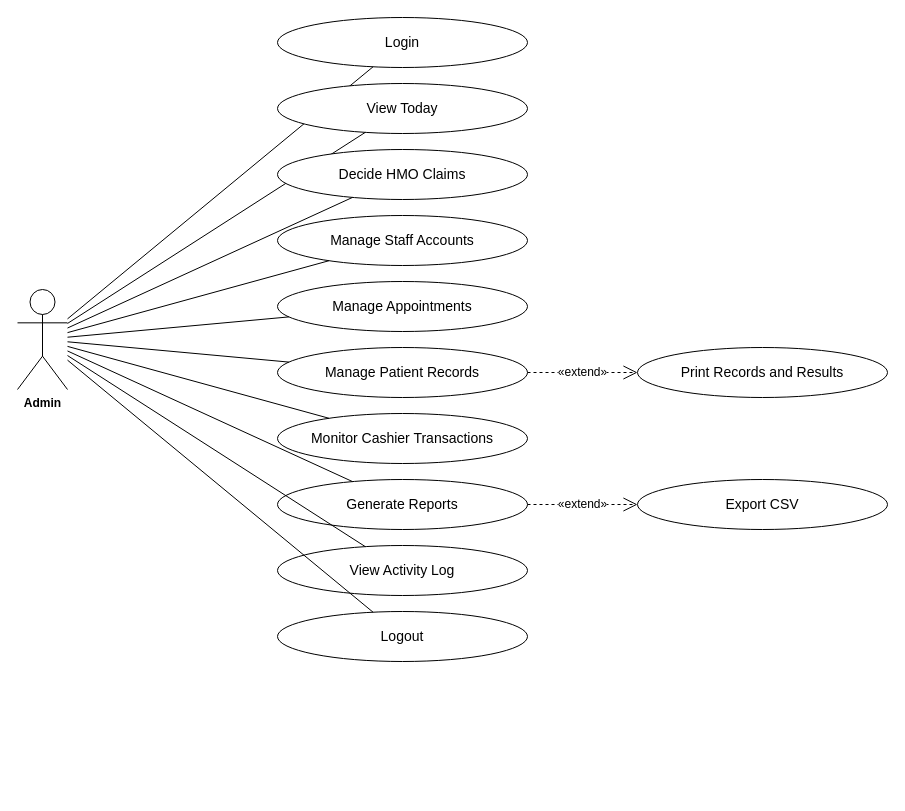
Above: page "Admin" (2 of 8) of docs/diagrams/usecases.drawio in Diazzzz-cpu/Enlogada-Clinic-Management-System (draw.io), before the change. Source tidied: cells renumbered, new cells numbered last; positions are measured from the earlier drawing's top-left corner, leaving out a move shared by most shapes. Both pictures are drawn from the tidied source at 100%, with x=0, y=0 at pixel (17, 17).
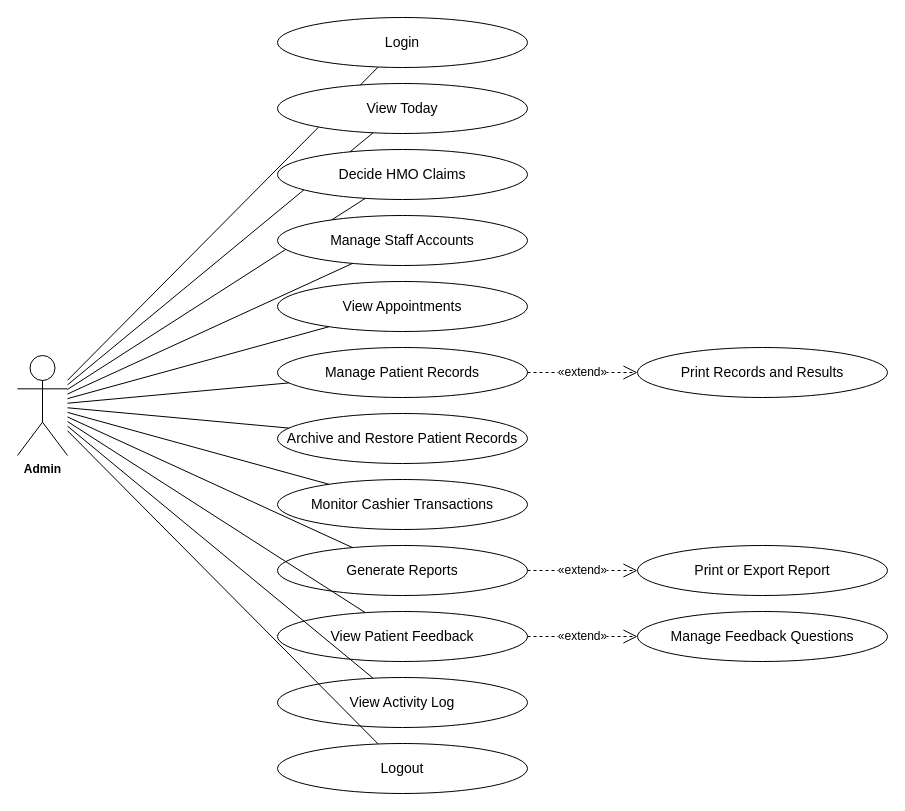
The same page after the edit.

Unchanged cells that the change refers to:
```xml
<mxCell id="13" value="Manage Patient Records" style="ellipse;whiteSpace=wrap;html=1;fontFamily=Helvetica;fontSize=14;fontColor=#000000;strokeColor=#000000;" parent="1" vertex="1">
  <mxGeometry x="260" y="330" width="250" height="50" as="geometry" />
</mxCell>
```

The edit, as a diff of the source:
```diff
@@
     <mxCell id="2" value="Admin" style="shape=umlActor;verticalLabelPosition=bottom;verticalAlign=top;html=1;outlineConnect=0;fontFamily=Helvetica;fontSize=12;fontStyle=1;" parent="1" vertex="1">
-      <mxGeometry y="272" width="50" height="100" as="geometry" />
+      <mxGeometry y="338" width="50" height="100" as="geometry" />
     </mxCell>
@@
-    <mxCell id="11" value="Manage Appointments" style="ellipse;whiteSpace=wrap;html=1;fontFamily=Helvetica;fontSize=14;fontColor=#000000;strokeColor=#000000;" parent="1" vertex="1">
+    <mxCell id="11" value="View Appointments" style="ellipse;whiteSpace=wrap;html=1;fontFamily=Helvetica;fontSize=14;fontColor=#000000;strokeColor=#000000;" parent="1" vertex="1">
       <mxGeometry x="260" y="264" width="250" height="50" as="geometry" />
     </mxCell>
@@
-    <mxCell id="15" value="Monitor Cashier Transactions" style="ellipse;whiteSpace=wrap;html=1;fontFamily=Helvetica;fontSize=14;fontColor=#000000;strokeColor=#000000;" parent="1" vertex="1">
+    <mxCell id="15" value="Archive and Restore Patient Records" style="ellipse;whiteSpace=wrap;html=1;fontFamily=Helvetica;fontSize=14;fontColor=#000000;strokeColor=#000000;" parent="1" vertex="1">
       <mxGeometry x="260" y="396" width="250" height="50" as="geometry" />
     </mxCell>
@@
-    <mxCell id="17" value="Generate Reports" style="ellipse;whiteSpace=wrap;html=1;fontFamily=Helvetica;fontSize=14;fontColor=#000000;strokeColor=#000000;" parent="1" vertex="1">
+    <mxCell id="17" value="Monitor Cashier Transactions" style="ellipse;whiteSpace=wrap;html=1;fontFamily=Helvetica;fontSize=14;fontColor=#000000;strokeColor=#000000;" parent="1" vertex="1">
       <mxGeometry x="260" y="462" width="250" height="50" as="geometry" />
     </mxCell>
@@
-    <mxCell id="19" value="View Activity Log" style="ellipse;whiteSpace=wrap;html=1;fontFamily=Helvetica;fontSize=14;fontColor=#000000;strokeColor=#000000;" parent="1" vertex="1">
+    <mxCell id="19" value="Generate Reports" style="ellipse;whiteSpace=wrap;html=1;fontFamily=Helvetica;fontSize=14;fontColor=#000000;strokeColor=#000000;" parent="1" vertex="1">
       <mxGeometry x="260" y="528" width="250" height="50" as="geometry" />
     </mxCell>
@@
-    <mxCell id="21" value="Logout" style="ellipse;whiteSpace=wrap;html=1;fontFamily=Helvetica;fontSize=14;fontColor=#000000;strokeColor=#000000;" parent="1" vertex="1">
+    <mxCell id="21" value="View Patient Feedback" style="ellipse;whiteSpace=wrap;html=1;fontFamily=Helvetica;fontSize=14;fontColor=#000000;strokeColor=#000000;" parent="1" vertex="1">
       <mxGeometry x="260" y="594" width="250" height="50" as="geometry" />
     </mxCell>
@@
-    <mxCell id="23" value="Print Records and Results" style="ellipse;whiteSpace=wrap;html=1;fontFamily=Helvetica;fontSize=14;fontColor=#000000;strokeColor=#000000;" parent="1" vertex="1">
-      <mxGeometry x="620" y="330" width="250" height="50" as="geometry" />
+    <mxCell id="23" value="View Activity Log" style="ellipse;whiteSpace=wrap;html=1;fontFamily=Helvetica;fontSize=14;fontColor=#000000;strokeColor=#000000;" parent="1" vertex="1">
+      <mxGeometry x="260" y="660" width="250" height="50" as="geometry" />
     </mxCell>
-    <mxCell id="24" value="«extend»" style="endArrow=open;endSize=12;dashed=1;html=1;fontFamily=Helvetica;fontSize=12;fontColor=#000000;strokeColor=#000000;" parent="1" edge="1" source="13" target="23">
+    <mxCell id="24" style="edgeStyle=none;rounded=0;html=1;endArrow=none;fontFamily=Helvetica;fontSize=12;fontColor=#000000;strokeColor=#000000;" parent="1" edge="1" source="2" target="23">
       <mxGeometry relative="1" as="geometry" />
     </mxCell>
-    <mxCell id="25" value="Export CSV" style="ellipse;whiteSpace=wrap;html=1;fontFamily=Helvetica;fontSize=14;fontColor=#000000;strokeColor=#000000;" parent="1" vertex="1">
-      <mxGeometry x="620" y="462" width="250" height="50" as="geometry" />
+    <mxCell id="25" value="Logout" style="ellipse;whiteSpace=wrap;html=1;fontFamily=Helvetica;fontSize=14;fontColor=#000000;strokeColor=#000000;" parent="1" vertex="1">
+      <mxGeometry x="260" y="726" width="250" height="50" as="geometry" />
     </mxCell>
-    <mxCell id="26" value="«extend»" style="endArrow=open;endSize=12;dashed=1;html=1;fontFamily=Helvetica;fontSize=12;fontColor=#000000;strokeColor=#000000;" parent="1" edge="1" source="17" target="25">
+    <mxCell id="26" style="edgeStyle=none;rounded=0;html=1;endArrow=none;fontFamily=Helvetica;fontSize=12;fontColor=#000000;strokeColor=#000000;" parent="1" edge="1" source="2" target="25">
       <mxGeometry relative="1" as="geometry" />
     </mxCell>
+    <mxCell id="27" value="Print Records and Results" style="ellipse;whiteSpace=wrap;html=1;fontFamily=Helvetica;fontSize=14;fontColor=#000000;strokeColor=#000000;" parent="1" vertex="1">
+      <mxGeometry x="620" y="330" width="250" height="50" as="geometry" />
+    </mxCell>
+    <mxCell id="28" value="«extend»" style="endArrow=open;endSize=12;dashed=1;html=1;fontFamily=Helvetica;fontSize=12;fontColor=#000000;strokeColor=#000000;" parent="1" edge="1" source="13" target="27">
+      <mxGeometry relative="1" as="geometry" />
+    </mxCell>
+    <mxCell id="29" value="Print or Export Report" style="ellipse;whiteSpace=wrap;html=1;fontFamily=Helvetica;fontSize=14;fontColor=#000000;strokeColor=#000000;" parent="1" vertex="1">
+      <mxGeometry x="620" y="528" width="250" height="50" as="geometry" />
+    </mxCell>
+    <mxCell id="30" value="«extend»" style="endArrow=open;endSize=12;dashed=1;html=1;fontFamily=Helvetica;fontSize=12;fontColor=#000000;strokeColor=#000000;" parent="1" edge="1" source="19" target="29">
+      <mxGeometry relative="1" as="geometry" />
+    </mxCell>
+    <mxCell id="31" value="Manage Feedback Questions" style="ellipse;whiteSpace=wrap;html=1;fontFamily=Helvetica;fontSize=14;fontColor=#000000;strokeColor=#000000;" parent="1" vertex="1">
+      <mxGeometry x="620" y="594" width="250" height="50" as="geometry" />
+    </mxCell>
+    <mxCell id="32" value="«extend»" style="endArrow=open;endSize=12;dashed=1;html=1;fontFamily=Helvetica;fontSize=12;fontColor=#000000;strokeColor=#000000;" parent="1" edge="1" source="21" target="31">
+      <mxGeometry relative="1" as="geometry" />
+    </mxCell>
```
